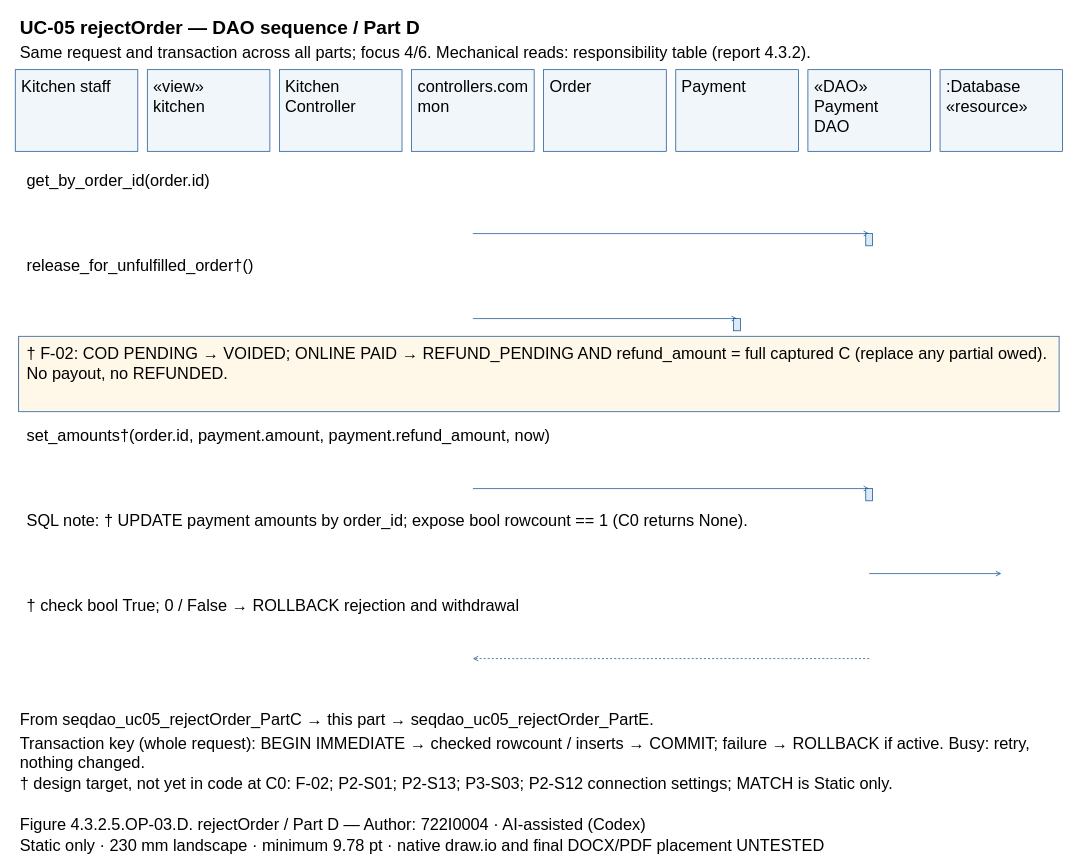
Earlier version of the draw.io diagram models/UC-05/seqdao_uc05_rejectOrder_PartD.drawio (Dat071104/SaigonBite). Source tidied: cells renumbered, new cells numbered last; positions are measured from the earlier drawing's top-left corner, leaving out a move shared by most shapes. Both pictures are drawn from the tidied source at 68%, with x=0, y=0 at pixel (15, 12).
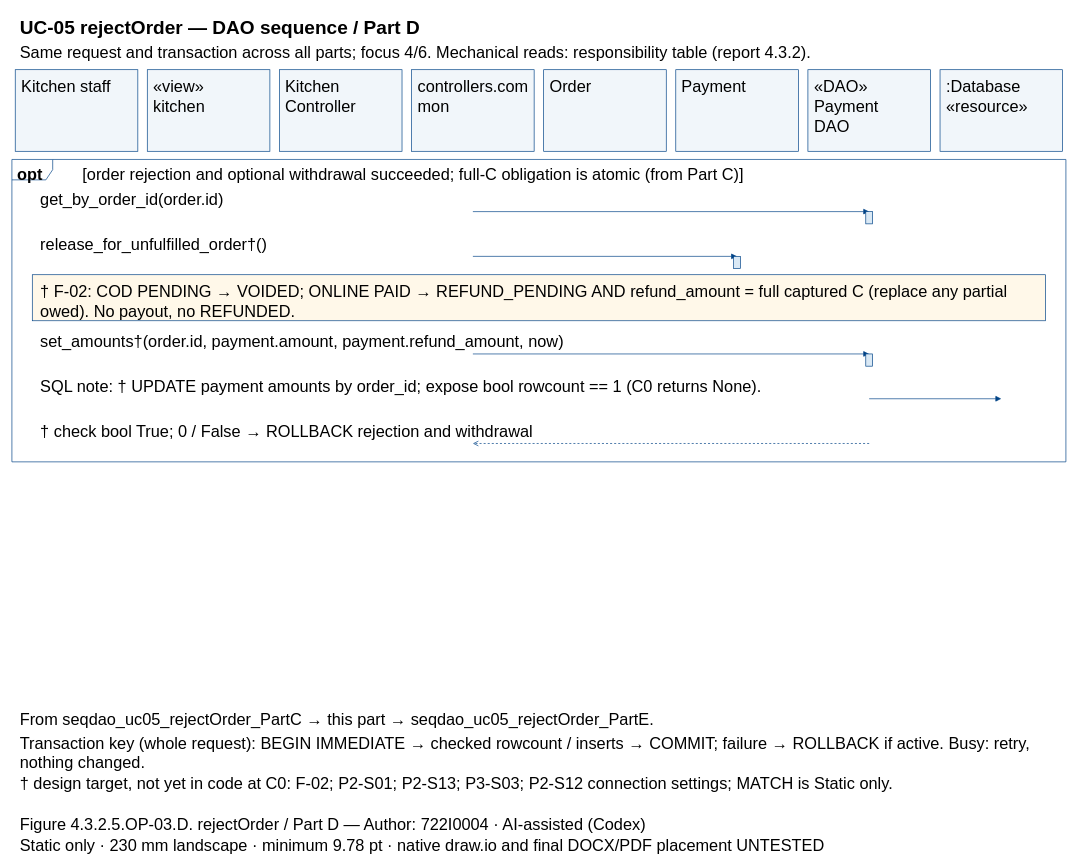
The same page after the edit.

Diff of the diagram source:
```diff
@@
+    <mxCell id="50" style="shape=umlFrame;fillColor=none;strokeColor=#004387;" parent="1" vertex="1">
+      <mxGeometry x="-5" y="217" width="1550" height="444.7" as="geometry" />
+    </mxCell>
@@
-    <mxCell id="19" value=":Database&#10;«resource»" style="text;html=0;whiteSpace=wrap;align=left;verticalAlign=top;strokeColor=none;fillColor=none;fontFamily=Arial;fontSize=24;fontStyle=0;" parent="1" vertex="1">
-      <mxGeometry x="1366.9" y="90" width="166.3" height="55.7" as="geometry" />
-    </mxCell>
-    <mxCell id="20" value="get_by_order_id(order.id)" style="text;html=0;whiteSpace=wrap;align=left;verticalAlign=top;strokeColor=none;fillColor=none;fontFamily=Arial;fontSize=24;fontStyle=0;" parent="1" vertex="1">
-      <mxGeometry x="15" y="227" width="1510" height="27.8" as="geometry" />
+    <mxCell id="20" value=":Database&#10;«resource»" style="text;html=0;whiteSpace=wrap;align=left;verticalAlign=top;strokeColor=none;fillColor=none;fontFamily=Arial;fontSize=24;fontStyle=0;" parent="1" vertex="1">
+      <mxGeometry x="1366.9" y="90" width="166.3" height="55.7" as="geometry" />
     </mxCell>
+    <mxCell id="51" value="opt" style="text;html=0;whiteSpace=wrap;align=left;verticalAlign=top;strokeColor=none;fillColor=none;fontFamily=Arial;fontSize=24;fontStyle=1;" parent="1" vertex="1">
+      <mxGeometry x="1" y="218" width="84" height="27.8" as="geometry" />
+    </mxCell>
+    <mxCell id="52" value="[order rejection and optional withdrawal succeeded; full-C obligation is atomic (from Part C)]" style="text;html=0;whiteSpace=wrap;align=left;verticalAlign=top;strokeColor=none;fillColor=none;fontFamily=Arial;fontSize=24;fontStyle=0;" parent="1" vertex="1">
+      <mxGeometry x="97" y="218" width="1438" height="27.8" as="geometry" />
+    </mxCell>
+    <mxCell id="25" value="get_by_order_id(order.id)" style="text;html=0;whiteSpace=wrap;align=left;verticalAlign=top;strokeColor=none;fillColor=none;fontFamily=Arial;fontSize=24;fontStyle=0;" parent="1" vertex="1">
+      <mxGeometry x="35" y="254.8" width="1470" height="27.8" as="geometry" />
+    </mxCell>
     <mxCell id="21" style="opacity=0;" parent="1" vertex="1">
-      <mxGeometry x="672.9" y="326" as="geometry" />
+      <mxGeometry x="672.9" y="293.7" as="geometry" />
     </mxCell>
     <mxCell id="22" style="opacity=0;" parent="1" vertex="1">
-      <mxGeometry x="1255.7" y="326" as="geometry" />
+      <mxGeometry x="1255.7" y="293.7" as="geometry" />
     </mxCell>
-    <mxCell id="23" style="edgeStyle=none;endArrow=open;strokeColor=#004387;exitX=0.5;entryX=0.5;exitPerimeter=0;entryPerimeter=0;" parent="1" edge="1" source="21" target="22">
+    <mxCell id="23" style="edgeStyle=none;endArrow=block;endFill=1;strokeColor=#004387;exitX=0.5;entryX=0.5;exitPerimeter=0;entryPerimeter=0;" parent="1" edge="1" source="21" target="22">
       <mxGeometry relative="1" as="geometry" />
     </mxCell>
-    <mxCell id="24" style="fillColor=#DAE9F5;strokeColor=#004387;" parent="1" vertex="1">
-      <mxGeometry x="1250.7" y="326" width="10" height="18" as="geometry" />
-    </mxCell>
-    <mxCell id="25" value="release_for_unfulfilled_order†()" style="text;html=0;whiteSpace=wrap;align=left;verticalAlign=top;strokeColor=none;fillColor=none;fontFamily=Arial;fontSize=24;fontStyle=0;" parent="1" vertex="1">
-      <mxGeometry x="15" y="352" width="1510" height="27.8" as="geometry" />
-    </mxCell>
+    <mxCell id="29" style="fillColor=#DAE9F5;strokeColor=#004387;" parent="1" vertex="1">
+      <mxGeometry x="1250.7" y="293.7" width="10" height="18" as="geometry" />
+    </mxCell>
+    <mxCell id="53" value="release_for_unfulfilled_order†()" style="text;html=0;whiteSpace=wrap;align=left;verticalAlign=top;strokeColor=none;fillColor=none;fontFamily=Arial;fontSize=24;fontStyle=0;" parent="1" vertex="1">
+      <mxGeometry x="35" y="320.7" width="1470" height="27.8" as="geometry" />
+    </mxCell>
     <mxCell id="26" style="opacity=0;" parent="1" vertex="1">
-      <mxGeometry x="672.9" y="451" as="geometry" />
+      <mxGeometry x="672.9" y="359.5" as="geometry" />
     </mxCell>
     <mxCell id="27" style="opacity=0;" parent="1" vertex="1">
-      <mxGeometry x="1061.4" y="451" as="geometry" />
+      <mxGeometry x="1061.4" y="359.5" as="geometry" />
     </mxCell>
-    <mxCell id="28" style="edgeStyle=none;endArrow=open;strokeColor=#004387;exitX=0.5;entryX=0.5;exitPerimeter=0;entryPerimeter=0;" parent="1" edge="1" source="26" target="27">
+    <mxCell id="28" style="edgeStyle=none;endArrow=block;endFill=1;strokeColor=#004387;exitX=0.5;entryX=0.5;exitPerimeter=0;entryPerimeter=0;" parent="1" edge="1" source="26" target="27">
       <mxGeometry relative="1" as="geometry" />
     </mxCell>
-    <mxCell id="29" style="fillColor=#DAE9F5;strokeColor=#004387;" parent="1" vertex="1">
-      <mxGeometry x="1056.4" y="451" width="10" height="18" as="geometry" />
-    </mxCell>
-    <mxCell id="30" style="fillColor=#FFF8E9;strokeColor=#004387;" parent="1" vertex="1">
-      <mxGeometry x="5" y="477" width="1530" height="111" as="geometry" />
-    </mxCell>
+    <mxCell id="54" style="fillColor=#DAE9F5;strokeColor=#004387;" parent="1" vertex="1">
+      <mxGeometry x="1056.4" y="359.5" width="10" height="18" as="geometry" />
+    </mxCell>
+    <mxCell id="55" style="fillColor=#FFF8E9;strokeColor=#004387;" parent="1" vertex="1">
+      <mxGeometry x="25" y="386.5" width="1490" height="67.7" as="geometry" />
+    </mxCell>
-    <mxCell id="31" value="† F-02: COD PENDING → VOIDED; ONLINE PAID → REFUND_PENDING AND refund_amount = full captured C (replace any partial owed).&#10;No payout, no REFUNDED." style="text;html=0;whiteSpace=wrap;align=left;verticalAlign=top;strokeColor=none;fillColor=none;fontFamily=Arial;fontSize=24;fontStyle=0;" parent="1" vertex="1">
-      <mxGeometry x="15" y="482" width="1510" height="55.7" as="geometry" />
+    <mxCell id="31" value="† F-02: COD PENDING → VOIDED; ONLINE PAID → REFUND_PENDING AND refund_amount = full captured C (replace any partial&#10;owed). No payout, no REFUNDED." style="text;html=0;whiteSpace=wrap;align=left;verticalAlign=top;strokeColor=none;fillColor=none;fontFamily=Arial;fontSize=24;fontStyle=0;" parent="1" vertex="1">
+      <mxGeometry x="35" y="390.5" width="1470" height="55.7" as="geometry" />
     </mxCell>
-    <mxCell id="32" value="set_amounts†(order.id, payment.amount, payment.refund_amount, now)" style="text;html=0;whiteSpace=wrap;align=left;verticalAlign=top;strokeColor=none;fillColor=none;fontFamily=Arial;fontSize=24;fontStyle=0;" parent="1" vertex="1">
-      <mxGeometry x="15" y="602" width="1510" height="27.8" as="geometry" />
-    </mxCell>
+    <mxCell id="37" value="set_amounts†(order.id, payment.amount, payment.refund_amount, now)" style="text;html=0;whiteSpace=wrap;align=left;verticalAlign=top;strokeColor=none;fillColor=none;fontFamily=Arial;fontSize=24;fontStyle=0;" parent="1" vertex="1">
+      <mxGeometry x="35" y="464.2" width="1470" height="27.8" as="geometry" />
+    </mxCell>
     <mxCell id="33" style="opacity=0;" parent="1" vertex="1">
-      <mxGeometry x="672.9" y="701" as="geometry" />
+      <mxGeometry x="672.9" y="503" as="geometry" />
     </mxCell>
     <mxCell id="34" style="opacity=0;" parent="1" vertex="1">
-      <mxGeometry x="1255.7" y="701" as="geometry" />
+      <mxGeometry x="1255.7" y="503" as="geometry" />
     </mxCell>
-    <mxCell id="35" style="edgeStyle=none;endArrow=open;strokeColor=#004387;exitX=0.5;entryX=0.5;exitPerimeter=0;entryPerimeter=0;" parent="1" edge="1" source="33" target="34">
+    <mxCell id="35" style="edgeStyle=none;endArrow=block;endFill=1;strokeColor=#004387;exitX=0.5;entryX=0.5;exitPerimeter=0;entryPerimeter=0;" parent="1" edge="1" source="33" target="34">
       <mxGeometry relative="1" as="geometry" />
     </mxCell>
-    <mxCell id="36" style="fillColor=#DAE9F5;strokeColor=#004387;" parent="1" vertex="1">
-      <mxGeometry x="1250.7" y="701" width="10" height="18" as="geometry" />
-    </mxCell>
-    <mxCell id="37" value="SQL note: † UPDATE payment amounts by order_id; expose bool rowcount == 1 (C0 returns None)." style="text;html=0;whiteSpace=wrap;align=left;verticalAlign=top;strokeColor=none;fillColor=none;fontFamily=Arial;fontSize=24;fontStyle=0;" parent="1" vertex="1">
-      <mxGeometry x="15" y="727" width="1510" height="27.8" as="geometry" />
-    </mxCell>
+    <mxCell id="56" style="fillColor=#DAE9F5;strokeColor=#004387;" parent="1" vertex="1">
+      <mxGeometry x="1250.7" y="503" width="10" height="18" as="geometry" />
+    </mxCell>
+    <mxCell id="57" value="SQL note: † UPDATE payment amounts by order_id; expose bool rowcount == 1 (C0 returns None)." style="text;html=0;whiteSpace=wrap;align=left;verticalAlign=top;strokeColor=none;fillColor=none;fontFamily=Arial;fontSize=24;fontStyle=0;" parent="1" vertex="1">
+      <mxGeometry x="35" y="530" width="1470" height="27.8" as="geometry" />
+    </mxCell>
     <mxCell id="38" style="opacity=0;" parent="1" vertex="1">
-      <mxGeometry x="1255.7" y="826" as="geometry" />
+      <mxGeometry x="1255.7" y="568.9" as="geometry" />
     </mxCell>
     <mxCell id="39" style="opacity=0;" parent="1" vertex="1">
-      <mxGeometry x="1450" y="826" as="geometry" />
+      <mxGeometry x="1450" y="568.9" as="geometry" />
     </mxCell>
-    <mxCell id="40" style="edgeStyle=none;endArrow=open;strokeColor=#004387;exitX=0.5;entryX=0.5;exitPerimeter=0;entryPerimeter=0;" parent="1" edge="1" source="38" target="39">
+    <mxCell id="40" style="edgeStyle=none;endArrow=block;endFill=1;strokeColor=#004387;exitX=0.5;entryX=0.5;exitPerimeter=0;entryPerimeter=0;" parent="1" edge="1" source="38" target="39">
       <mxGeometry relative="1" as="geometry" />
     </mxCell>
-    <mxCell id="41" value="† check bool True; 0 / False → ROLLBACK rejection and withdrawal" style="text;html=0;whiteSpace=wrap;align=left;verticalAlign=top;strokeColor=none;fillColor=none;fontFamily=Arial;fontSize=24;fontStyle=0;" parent="1" vertex="1">
-      <mxGeometry x="15" y="852" width="1510" height="27.8" as="geometry" />
-    </mxCell>
+    <mxCell id="46" value="† check bool True; 0 / False → ROLLBACK rejection and withdrawal" style="text;html=0;whiteSpace=wrap;align=left;verticalAlign=top;strokeColor=none;fillColor=none;fontFamily=Arial;fontSize=24;fontStyle=0;" parent="1" vertex="1">
+      <mxGeometry x="35" y="595.9" width="1470" height="27.8" as="geometry" />
+    </mxCell>
     <mxCell id="42" style="opacity=0;" parent="1" vertex="1">
-      <mxGeometry x="1255.7" y="951" as="geometry" />
+      <mxGeometry x="1255.7" y="634.7" as="geometry" />
     </mxCell>
     <mxCell id="43" style="opacity=0;" parent="1" vertex="1">
-      <mxGeometry x="672.9" y="951" as="geometry" />
+      <mxGeometry x="672.9" y="634.7" as="geometry" />
     </mxCell>
-    <mxCell id="44" style="edgeStyle=none;endArrow=open;strokeColor=#004387;dashed=1;exitX=0.5;entryX=0.5;exitPerimeter=0;entryPerimeter=0;" parent="1" edge="1" source="42" target="43">
+    <mxCell id="44" style="edgeStyle=none;endArrow=open;endFill=0;strokeColor=#004387;dashed=1;exitX=0.5;entryX=0.5;exitPerimeter=0;entryPerimeter=0;" parent="1" edge="1" source="42" target="43">
       <mxGeometry relative="1" as="geometry" />
     </mxCell>
-    <mxCell id="45" value="From seqdao_uc05_rejectOrder_PartC → this part → seqdao_uc05_rejectOrder_PartE." style="text;html=0;whiteSpace=wrap;align=left;verticalAlign=top;strokeColor=none;fillColor=none;fontFamily=Arial;fontSize=24;fontStyle=0;" parent="1" vertex="1">
-      <mxGeometry x="5" y="1020" width="1530" height="27.8" as="geometry" />
-    </mxCell>
-    <mxCell id="46" value="Transaction key (whole request): BEGIN IMMEDIATE → checked rowcount / inserts → COMMIT; failure → ROLLBACK if active. Busy: retry,&#10;nothing changed." style="text;html=0;whiteSpace=wrap;align=left;verticalAlign=top;strokeColor=none;fillColor=none;fontFamily=Arial;fontSize=24;fontStyle=0;" parent="1" vertex="1">
-      <mxGeometry x="5" y="1055" width="1530" height="55.7" as="geometry" />
-    </mxCell>
-    <mxCell id="47" value="† design target, not yet in code at C0: F-02; P2-S01; P2-S13; P3-S03; P2-S12 connection settings; MATCH is Static only." style="text;html=0;whiteSpace=wrap;align=left;verticalAlign=top;strokeColor=none;fillColor=none;fontFamily=Arial;fontSize=24;fontStyle=0;" parent="1" vertex="1">
-      <mxGeometry x="5" y="1115" width="1530" height="27.8" as="geometry" />
-    </mxCell>
-    <mxCell id="48" value="Figure 4.3.2.5.OP-03.D. rejectOrder / Part D — Author: 722I0004 · AI-assisted (Codex)" style="text;html=0;whiteSpace=wrap;align=left;verticalAlign=top;strokeColor=none;fillColor=none;fontFamily=Arial;fontSize=24;fontStyle=0;" parent="1" vertex="1">
-      <mxGeometry x="5" y="1175" width="1530" height="27.8" as="geometry" />
+    <mxCell id="48" value="From seqdao_uc05_rejectOrder_PartC → this part → seqdao_uc05_rejectOrder_PartE." style="text;html=0;whiteSpace=wrap;align=left;verticalAlign=top;strokeColor=none;fillColor=none;fontFamily=Arial;fontSize=24;fontStyle=0;" parent="1" vertex="1">
+      <mxGeometry x="5" y="1020" width="1530" height="27.8" as="geometry" />
     </mxCell>
-    <mxCell id="49" value="Static only · 230 mm landscape · minimum 9.78 pt · native draw.io and final DOCX/PDF placement UNTESTED" style="text;html=0;whiteSpace=wrap;align=left;verticalAlign=top;strokeColor=none;fillColor=none;fontFamily=Arial;fontSize=24;fontStyle=0;" parent="1" vertex="1">
-      <mxGeometry x="5" y="1205" width="1530" height="27.8" as="geometry" />
+    <mxCell id="49" value="Transaction key (whole request): BEGIN IMMEDIATE → checked rowcount / inserts → COMMIT; failure → ROLLBACK if active. Busy: retry,&#10;nothing changed." style="text;html=0;whiteSpace=wrap;align=left;verticalAlign=top;strokeColor=none;fillColor=none;fontFamily=Arial;fontSize=24;fontStyle=0;" parent="1" vertex="1">
+      <mxGeometry x="5" y="1055" width="1530" height="55.7" as="geometry" />
     </mxCell>
+    <mxCell id="47" value="† design target, not yet in code at C0: F-02; P2-S01; P2-S13; P3-S03; P2-S12 connection settings; MATCH is Static only." style="text;html=0;whiteSpace=wrap;align=left;verticalAlign=top;strokeColor=none;fillColor=none;fontFamily=Arial;fontSize=24;fontStyle=0;" parent="1" vertex="1">
+      <mxGeometry x="5" y="1115" width="1530" height="27.8" as="geometry" />
+    </mxCell>
+    <mxCell id="58" value="Figure 4.3.2.5.OP-03.D. rejectOrder / Part D — Author: 722I0004 · AI-assisted (Codex)" style="text;html=0;whiteSpace=wrap;align=left;verticalAlign=top;strokeColor=none;fillColor=none;fontFamily=Arial;fontSize=24;fontStyle=0;" parent="1" vertex="1">
+      <mxGeometry x="5" y="1175" width="1530" height="27.8" as="geometry" />
+    </mxCell>
+    <mxCell id="59" value="Static only · 230 mm landscape · minimum 9.78 pt · native draw.io and final DOCX/PDF placement UNTESTED" style="text;html=0;whiteSpace=wrap;align=left;verticalAlign=top;strokeColor=none;fillColor=none;fontFamily=Arial;fontSize=24;fontStyle=0;" parent="1" vertex="1">
+      <mxGeometry x="5" y="1205" width="1530" height="27.8" as="geometry" />
+    </mxCell>
```
